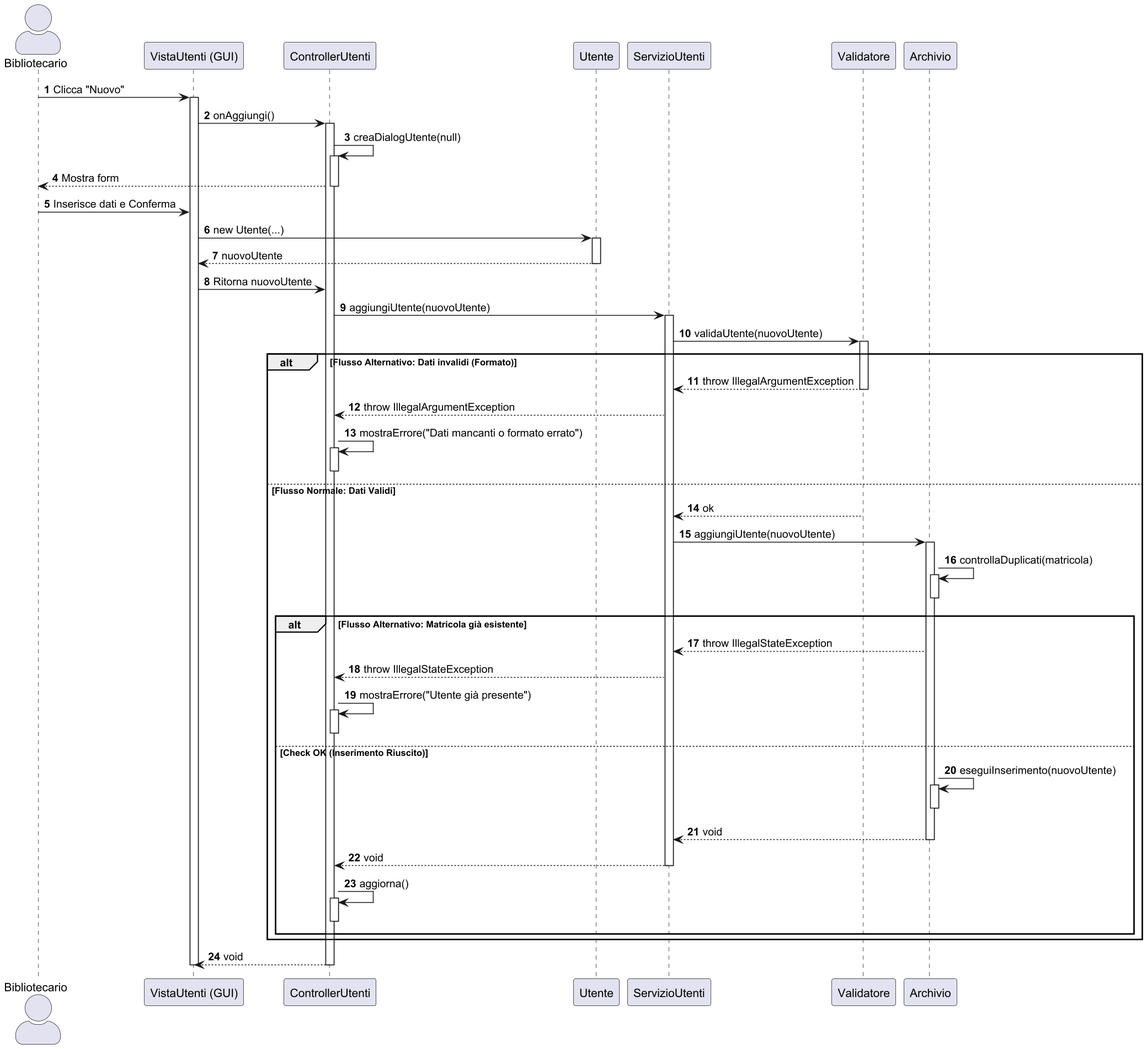
digregoriomario/bibliosoft keeps this PlantUML diagram as docs/Design/Diagrammi di sequenza/UC8.png. Above is the earlier version. The source it was exported from:
```plantuml
@startuml
scale 1.5
skinparam actorStyle awesome
autonumber

actor "Bibliotecario" as User
participant "VistaUtenti (GUI)" as GUI
participant "ControllerUtenti" as CU
participant "Utente" as Model
participant "ServizioUtenti" as SU
participant "Validatore" as VAL
participant "Archivio" as ARC

User -> GUI : Clicca "Nuovo"
activate GUI
GUI -> CU : onAggiungi()
activate CU

    CU -> CU : creaDialogUtente(null)
    activate CU
    CU --> User : Mostra form
    deactivate CU

    User -> GUI : Inserisce dati e Conferma

    GUI -> Model : new Utente(...)
    activate Model
    Model --> GUI : nuovoUtente
    deactivate Model

    GUI -> CU : Ritorna nuovoUtente

    CU -> SU : aggiungiUtente(nuovoUtente)
    activate SU

        SU -> VAL : validaUtente(nuovoUtente)
        activate VAL

        alt Flusso Alternativo: Dati invalidi (Formato)
            VAL --> SU : throw IllegalArgumentException
            deactivate VAL

            SU --> CU : throw IllegalArgumentException

            CU -> CU : mostraErrore("Dati mancanti o formato errato")
            activate CU
            deactivate CU

        else Flusso Normale: Dati Validi
            VAL --> SU : ok
            deactivate VAL

            SU -> ARC : aggiungiUtente(nuovoUtente)
            activate ARC

                ARC -> ARC : controllaDuplicati(matricola)
                activate ARC
                deactivate ARC

                alt Flusso Alternativo: Matricola già esistente
                    ARC --> SU : throw IllegalStateException
                    SU --> CU : throw IllegalStateException

                    CU -> CU : mostraErrore("Utente già presente")
                    activate CU
                    deactivate CU

                else Check OK (Inserimento Riuscito)
                    ARC -> ARC : eseguiInserimento(nuovoUtente)
                    activate ARC
                    deactivate ARC

                    ARC --> SU : void
                    deactivate ARC

                    SU --> CU : void
                    deactivate SU

                    CU -> CU : aggiorna()
                    activate CU
                    deactivate CU
                end
        end

CU --> GUI : void
deactivate CU
deactivate GUI
@enduml
```
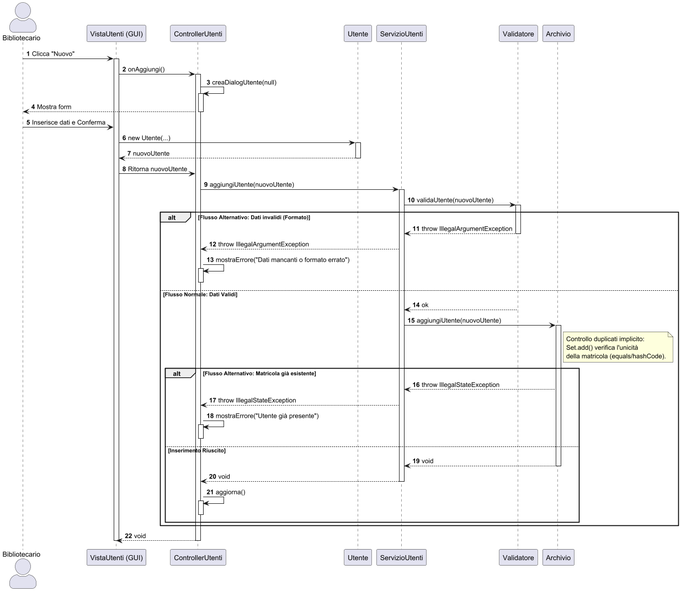
The same diagram one commit later.

Change to the diagram source:
```diff
@@ -53,33 +53,31 @@
             SU -> ARC : aggiungiUtente(nuovoUtente)
             activate ARC
 
-                ARC -> ARC : controllaDuplicati(matricola)
-                activate ARC
+            note right of ARC
+                Controllo duplicati implicito:
+                Set.add() verifica l'unicità
+                della matricola (equals/hashCode).
+            end note
+
+            alt Flusso Alternativo: Matricola già esistente
+                ARC --> SU : throw IllegalStateException
+                SU --> CU : throw IllegalStateException
+
+                CU -> CU : mostraErrore("Utente già presente")
+                activate CU
+                deactivate CU
+
+            else Inserimento Riuscito
+                ARC --> SU : void
                 deactivate ARC
 
-                alt Flusso Alternativo: Matricola già esistente
-                    ARC --> SU : throw IllegalStateException
-                    SU --> CU : throw IllegalStateException
+                SU --> CU : void
+                deactivate SU
 
-                    CU -> CU : mostraErrore("Utente già presente")
-                    activate CU
-                    deactivate CU
-
-                else Check OK (Inserimento Riuscito)
-                    ARC -> ARC : eseguiInserimento(nuovoUtente)
-                    activate ARC
-                    deactivate ARC
-
-                    ARC --> SU : void
-                    deactivate ARC
-
-                    SU --> CU : void
-                    deactivate SU
-
-                    CU -> CU : aggiorna()
-                    activate CU
-                    deactivate CU
-                end
+                CU -> CU : aggiorna()
+                activate CU
+                deactivate CU
+            end
         end
 
 CU --> GUI : void
```
